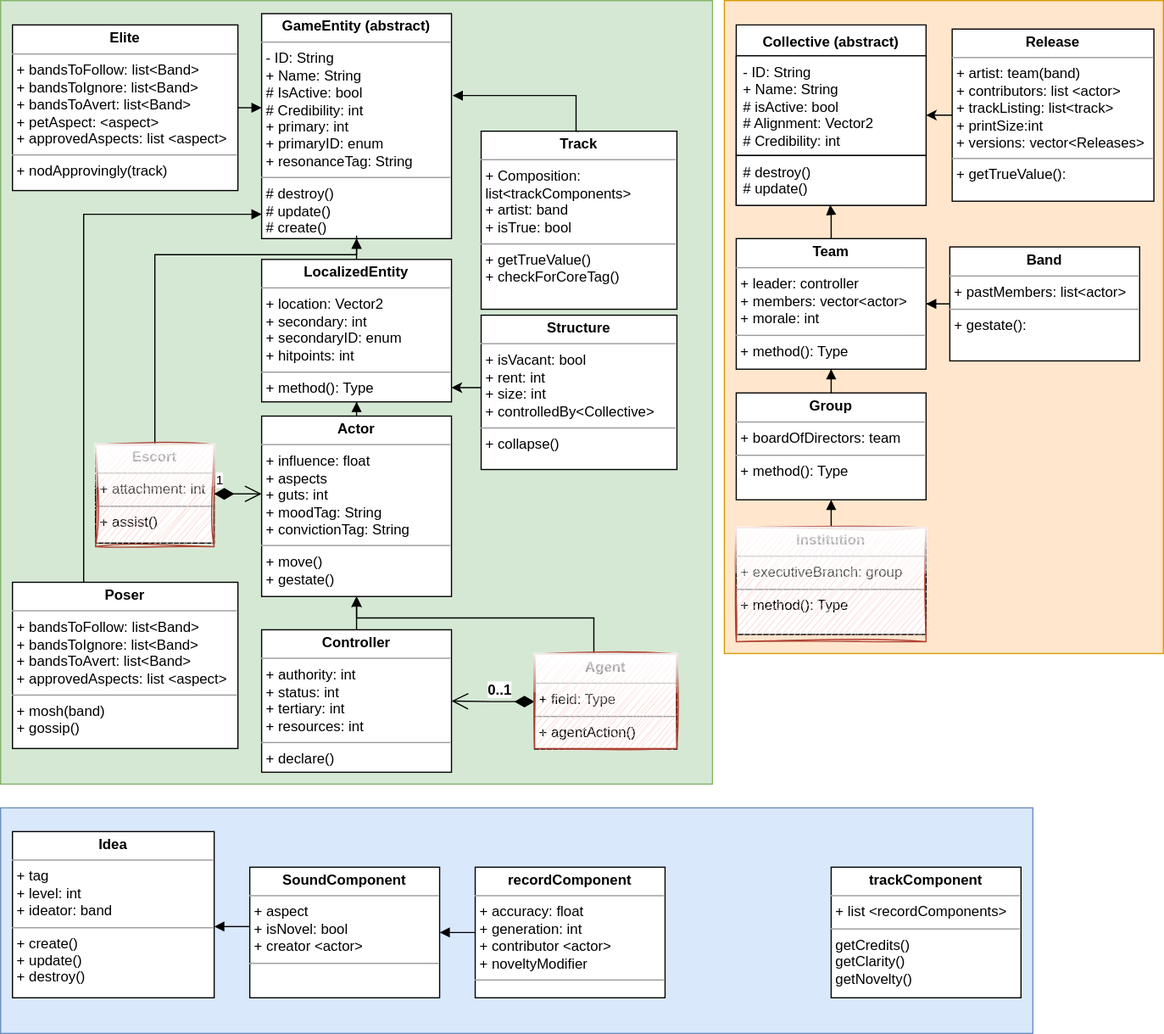
Above: TheProspector/Assets/Schematics/Entity.svg in SakuNurmiranta/TheProspector (draw.io), before the change. Source tidied: cells renumbered, new cells last; positions are measured from the earlier drawing's top-left corner, leaving out a move shared by most shapes.
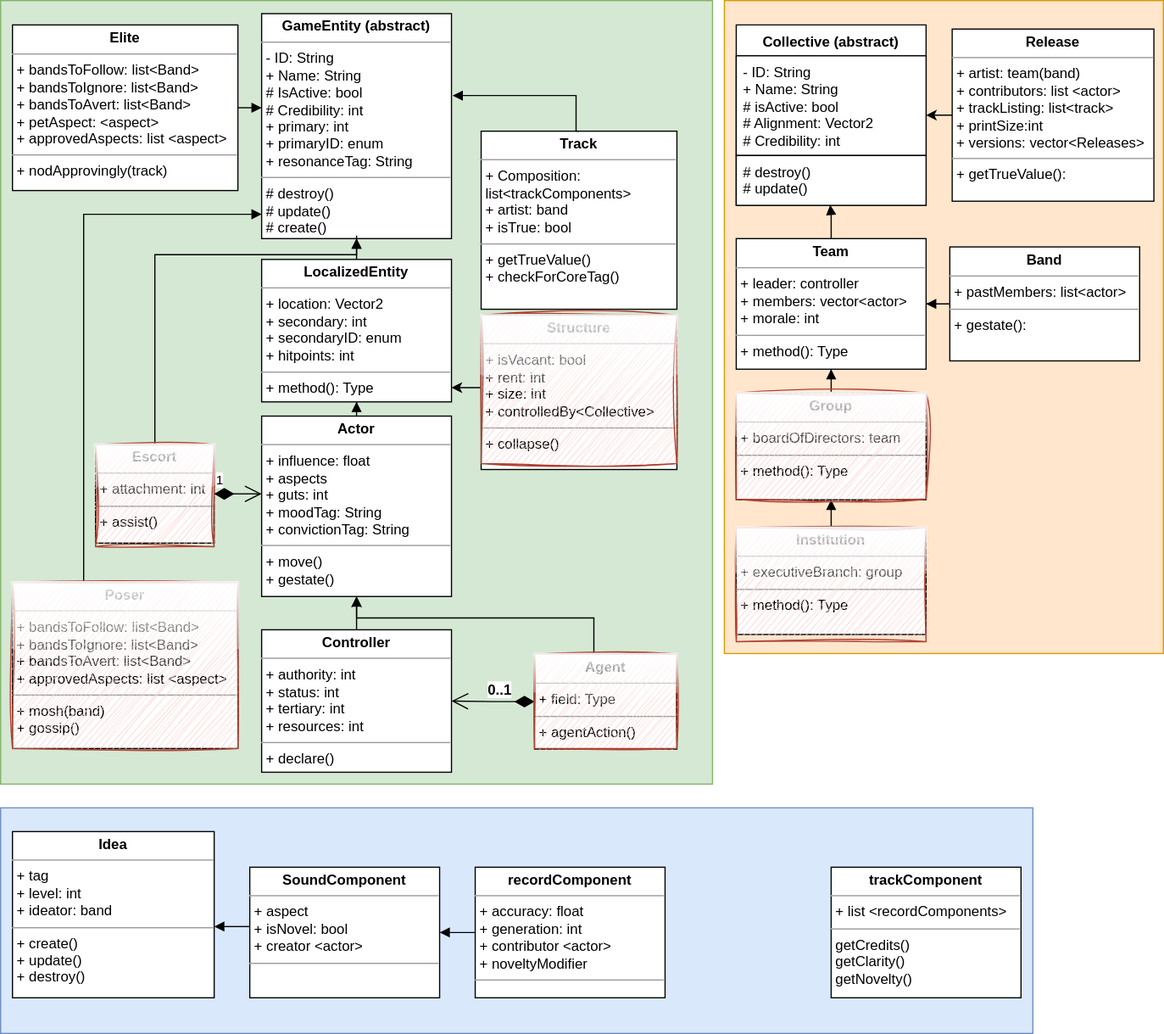
The same diagram one commit later.

What changed in the source:
```diff
@@ -165,7 +165,7 @@
         </Array>
       </mxGeometry>
     </mxCell>
-    <mxCell id="44" value="&lt;p style=&quot;margin:0px;margin-top:4px;text-align:center;&quot;&gt;&lt;b&gt;Poser&lt;/b&gt;&lt;/p&gt;&lt;hr size=&quot;1&quot;&gt;&lt;p style=&quot;margin:0px;margin-left:4px;&quot;&gt;+ bandsToFollow: list&amp;lt;Band&amp;gt;&lt;/p&gt;&lt;p style=&quot;margin:0px;margin-left:4px;&quot;&gt;+ bandsToIgnore: list&amp;lt;Band&amp;gt;&lt;/p&gt;&lt;p style=&quot;margin:0px;margin-left:4px;&quot;&gt;+ bandsToAvert: list&amp;lt;Band&amp;gt;&lt;/p&gt;&lt;p style=&quot;margin:0px;margin-left:4px;&quot;&gt;+ approvedAspects: list &amp;lt;aspect&amp;gt;&lt;/p&gt;&lt;hr size=&quot;1&quot;&gt;&lt;p style=&quot;margin:0px;margin-left:4px;&quot;&gt;+ mosh(band)&lt;/p&gt;&lt;p style=&quot;margin:0px;margin-left:4px;&quot;&gt;+ gossip()&lt;/p&gt;" style="verticalAlign=top;align=left;overflow=fill;fontSize=12;fontFamily=Helvetica;html=1;whiteSpace=wrap;" parent="1" vertex="1">
+    <mxCell id="44" value="&lt;p style=&quot;margin:0px;margin-top:4px;text-align:center;&quot;&gt;&lt;b&gt;Poser&lt;/b&gt;&lt;/p&gt;&lt;hr size=&quot;1&quot;&gt;&lt;p style=&quot;margin:0px;margin-left:4px;&quot;&gt;+ bandsToFollow: list&amp;lt;Band&amp;gt;&lt;/p&gt;&lt;p style=&quot;margin:0px;margin-left:4px;&quot;&gt;+ bandsToIgnore: list&amp;lt;Band&amp;gt;&lt;/p&gt;&lt;p style=&quot;margin:0px;margin-left:4px;&quot;&gt;+ bandsToAvert: list&amp;lt;Band&amp;gt;&lt;/p&gt;&lt;p style=&quot;margin:0px;margin-left:4px;&quot;&gt;+ approvedAspects: list &amp;lt;aspect&amp;gt;&lt;/p&gt;&lt;hr size=&quot;1&quot;&gt;&lt;p style=&quot;margin:0px;margin-left:4px;&quot;&gt;+ mosh(band)&lt;/p&gt;&lt;p style=&quot;margin:0px;margin-left:4px;&quot;&gt;+ gossip()&lt;/p&gt;" style="verticalAlign=top;align=left;overflow=fill;fontSize=12;fontFamily=Helvetica;html=1;whiteSpace=wrap;glass=0;" parent="1" vertex="1">
       <mxGeometry x="10" y="490" width="190" height="140" as="geometry" />
     </mxCell>
     <mxCell id="45" style="whiteSpace=wrap;html=1;glass=1;sketch=1;curveFitting=1;jiggle=2;fillColor=#fad9d5;strokeColor=#ae4132;" parent="1" vertex="1">
@@ -177,5 +177,14 @@
     <mxCell id="47" style="whiteSpace=wrap;html=1;glass=1;sketch=1;curveFitting=1;jiggle=2;fillColor=#fad9d5;strokeColor=#ae4132;" parent="1" vertex="1">
       <mxGeometry x="620" y="444" width="160" height="96" as="geometry" />
     </mxCell>
+    <mxCell id="48" style="whiteSpace=wrap;html=1;glass=1;sketch=1;curveFitting=1;jiggle=2;fillColor=#fad9d5;strokeColor=#ae4132;" parent="1" vertex="1">
+      <mxGeometry x="10" y="490" width="190" height="140" as="geometry" />
+    </mxCell>
+    <mxCell id="49" style="whiteSpace=wrap;html=1;glass=1;sketch=1;curveFitting=1;jiggle=2;fillColor=#fad9d5;strokeColor=#ae4132;" parent="1" vertex="1">
+      <mxGeometry x="405" y="265" width="165" height="125" as="geometry" />
+    </mxCell>
+    <mxCell id="50" style="whiteSpace=wrap;html=1;glass=1;sketch=1;curveFitting=1;jiggle=2;fillColor=#fad9d5;strokeColor=#ae4132;" parent="1" vertex="1">
+      <mxGeometry x="620" y="330.5" width="160" height="89.5" as="geometry" />
+    </mxCell>
   </root>
 </mxGraphModel>
```
